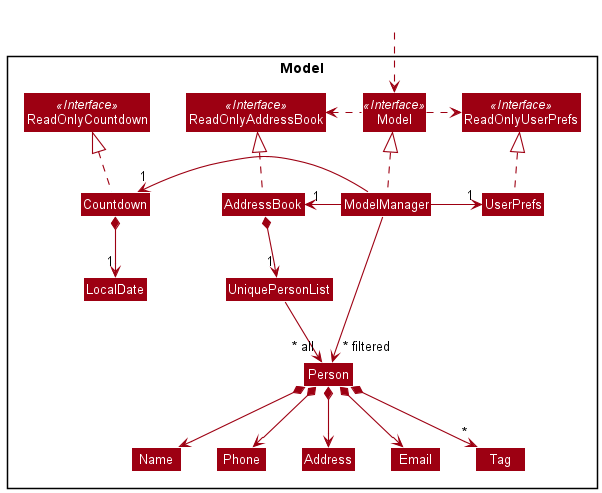
Before: docs/images/ModelClassDiagram.png, a diagram exported from PlantUML (sj1999-BIT/tp).
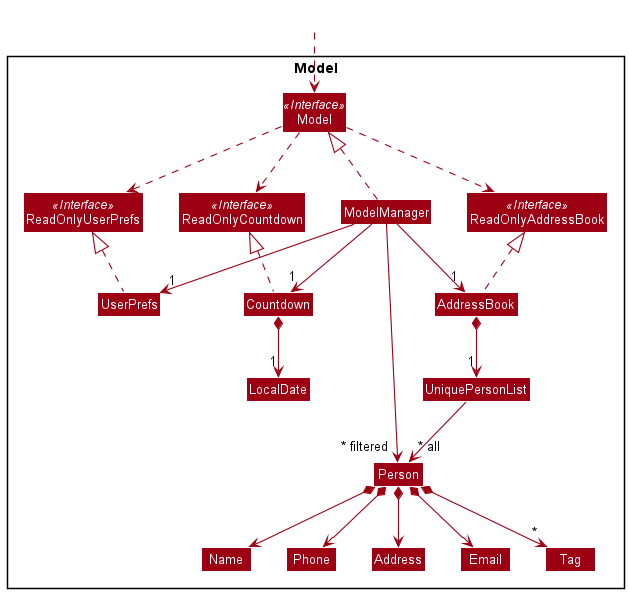
Later version of the same file.

Commit message:
Adjust class position in diagram

What changed in the source:
```diff
@@ -36,14 +36,16 @@
 
 AddressBook .up.|> ReadOnlyAddressBook
 Countdown .up.|> ReadOnlyCountdown
+UserPrefs .up.|> ReadOnlyUserPrefs
 
 ModelManager .up.|> Model
-Model .right.> ReadOnlyUserPrefs
-Model .left.> ReadOnlyAddressBook
-ModelManager -left-> "1" AddressBook
-ModelManager -left-> "1" Countdown
-ModelManager -right-> "1" UserPrefs
-UserPrefs .up.|> ReadOnlyUserPrefs
+Model .down.> ReadOnlyUserPrefs
+Model .down.> ReadOnlyAddressBook
+Model .down.> ReadOnlyCountdown
+
+ModelManager -down-> "1" AddressBook
+ModelManager -down-> "1" Countdown
+ModelManager -down-> "1" UserPrefs
 
 AddressBook *--> "1" UniquePersonList
 Countdown *--> "1" LocalDate
```
